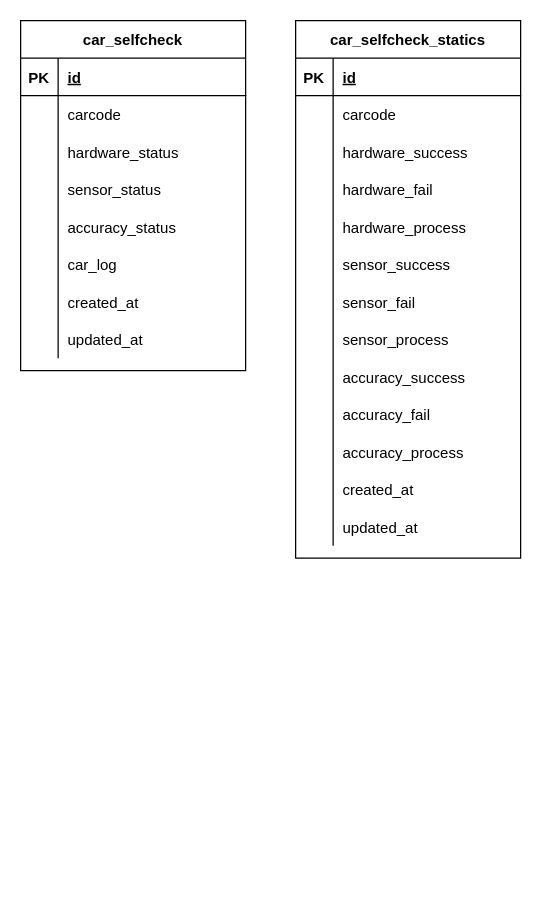
Above: 出行项目/ridereventlogger-db.drawio in wurh/myDesignDoc (draw.io), before the change. Source tidied: cells renumbered, new cells numbered last; positions are measured from the earlier drawing's top-left corner, leaving out a move shared by most shapes. Both pictures are drawn from the tidied source at 125%, with x=0, y=0 at pixel (20, 20).
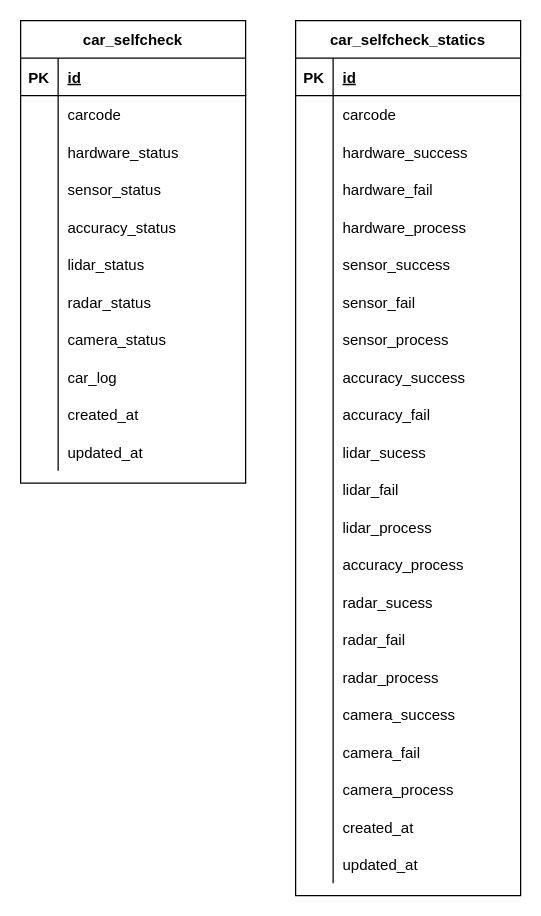
The same diagram, later.

The change refers to these unchanged cells:
```xml
<mxCell id="58" style="shape=partialRectangle;fillColor=none;top=0;left=0;bottom=0;right=0;" parent="27" vertex="1">
  <mxGeometry y="330" width="180" height="30" as="geometry" />
</mxCell>
```

Diff of the diagram source:
```diff
@@
     <mxCell id="2" value="car_selfcheck" style="shape=table;startSize=30;childLayout=tableLayout;rowLines=0;fontStyle=1;align=center;" parent="1" vertex="1">
-      <mxGeometry width="180" height="280" as="geometry" />
+      <mxGeometry width="180" height="370" as="geometry" />
     </mxCell>
@@
+    <mxCell id="67" style="shape=partialRectangle;fillColor=none;top=0;left=0;bottom=0;right=0;" parent="2" vertex="1">
+      <mxGeometry y="180" width="180" height="30" as="geometry" />
+    </mxCell>
+    <mxCell id="68" style="shape=partialRectangle;fillColor=none;top=0;left=0;bottom=0;right=0;overflow=hidden;" parent="67" vertex="1">
+      <mxGeometry width="30" height="30" as="geometry" />
+    </mxCell>
+    <mxCell id="69" value="lidar_status" style="shape=partialRectangle;fillColor=none;top=0;left=0;bottom=0;right=0;align=left;spacingLeft=6;overflow=hidden;" parent="67" vertex="1">
+      <mxGeometry x="30" width="150" height="30" as="geometry" />
+    </mxCell>
+    <mxCell id="70" style="shape=partialRectangle;fillColor=none;top=0;left=0;bottom=0;right=0;" parent="2" vertex="1">
+      <mxGeometry y="210" width="180" height="30" as="geometry" />
+    </mxCell>
+    <mxCell id="71" style="shape=partialRectangle;fillColor=none;top=0;left=0;bottom=0;right=0;overflow=hidden;" parent="70" vertex="1">
+      <mxGeometry width="30" height="30" as="geometry" />
+    </mxCell>
+    <mxCell id="72" value="radar_status" style="shape=partialRectangle;fillColor=none;top=0;left=0;bottom=0;right=0;align=left;spacingLeft=6;overflow=hidden;" parent="70" vertex="1">
+      <mxGeometry x="30" width="150" height="30" as="geometry" />
+    </mxCell>
+    <mxCell id="73" style="shape=partialRectangle;fillColor=none;top=0;left=0;bottom=0;right=0;" parent="2" vertex="1">
+      <mxGeometry y="240" width="180" height="30" as="geometry" />
+    </mxCell>
+    <mxCell id="74" style="shape=partialRectangle;fillColor=none;top=0;left=0;bottom=0;right=0;overflow=hidden;" parent="73" vertex="1">
+      <mxGeometry width="30" height="30" as="geometry" />
+    </mxCell>
+    <mxCell id="75" value="camera_status" style="shape=partialRectangle;fillColor=none;top=0;left=0;bottom=0;right=0;align=left;spacingLeft=6;overflow=hidden;" parent="73" vertex="1">
+      <mxGeometry x="30" width="150" height="30" as="geometry" />
+    </mxCell>
     <mxCell id="18" style="shape=partialRectangle;fillColor=none;top=0;left=0;bottom=0;right=0;" parent="2" vertex="1">
-      <mxGeometry y="180" width="180" height="30" as="geometry" />
+      <mxGeometry y="270" width="180" height="30" as="geometry" />
     </mxCell>
@@
     <mxCell id="21" style="shape=partialRectangle;fillColor=none;top=0;left=0;bottom=0;right=0;" parent="2" vertex="1">
-      <mxGeometry y="210" width="180" height="30" as="geometry" />
+      <mxGeometry y="300" width="180" height="30" as="geometry" />
     </mxCell>
@@
     <mxCell id="24" style="shape=partialRectangle;fillColor=none;top=0;left=0;bottom=0;right=0;" parent="2" vertex="1">
-      <mxGeometry y="240" width="180" height="30" as="geometry" />
+      <mxGeometry y="330" width="180" height="30" as="geometry" />
     </mxCell>
@@
     <mxCell id="27" value="car_selfcheck_statics" style="shape=table;startSize=30;childLayout=tableLayout;rowLines=0;fontStyle=1;align=center;" parent="1" vertex="1">
-      <mxGeometry x="220" width="180" height="430" as="geometry" />
+      <mxGeometry x="220" width="180" height="700" as="geometry" />
     </mxCell>
@@
-    <mxCell id="60" value="accuracy_process" style="shape=partialRectangle;fillColor=none;top=0;left=0;bottom=0;right=0;align=left;spacingLeft=6;overflow=hidden;" parent="58" vertex="1">
+    <mxCell id="60" value="lidar_sucess" style="shape=partialRectangle;fillColor=none;top=0;left=0;bottom=0;right=0;align=left;spacingLeft=6;overflow=hidden;" parent="58" vertex="1">
       <mxGeometry x="30" width="150" height="30" as="geometry" />
     </mxCell>
+    <mxCell id="76" style="shape=partialRectangle;fillColor=none;top=0;left=0;bottom=0;right=0;" parent="27" vertex="1">
+      <mxGeometry y="360" width="180" height="30" as="geometry" />
+    </mxCell>
+    <mxCell id="77" style="shape=partialRectangle;fillColor=none;top=0;left=0;bottom=0;right=0;overflow=hidden;" parent="76" vertex="1">
+      <mxGeometry width="30" height="30" as="geometry" />
+    </mxCell>
+    <mxCell id="78" value="lidar_fail" style="shape=partialRectangle;fillColor=none;top=0;left=0;bottom=0;right=0;align=left;spacingLeft=6;overflow=hidden;" parent="76" vertex="1">
+      <mxGeometry x="30" width="150" height="30" as="geometry" />
+    </mxCell>
+    <mxCell id="79" style="shape=partialRectangle;fillColor=none;top=0;left=0;bottom=0;right=0;" parent="27" vertex="1">
+      <mxGeometry y="390" width="180" height="30" as="geometry" />
+    </mxCell>
+    <mxCell id="80" style="shape=partialRectangle;fillColor=none;top=0;left=0;bottom=0;right=0;overflow=hidden;" parent="79" vertex="1">
+      <mxGeometry width="30" height="30" as="geometry" />
+    </mxCell>
+    <mxCell id="81" value="lidar_process" style="shape=partialRectangle;fillColor=none;top=0;left=0;bottom=0;right=0;align=left;spacingLeft=6;overflow=hidden;" parent="79" vertex="1">
+      <mxGeometry x="30" width="150" height="30" as="geometry" />
+    </mxCell>
+    <mxCell id="82" style="shape=partialRectangle;fillColor=none;top=0;left=0;bottom=0;right=0;" parent="27" vertex="1">
+      <mxGeometry y="420" width="180" height="30" as="geometry" />
+    </mxCell>
+    <mxCell id="83" style="shape=partialRectangle;fillColor=none;top=0;left=0;bottom=0;right=0;overflow=hidden;" parent="82" vertex="1">
+      <mxGeometry width="30" height="30" as="geometry" />
+    </mxCell>
+    <mxCell id="84" value="accuracy_process" style="shape=partialRectangle;fillColor=none;top=0;left=0;bottom=0;right=0;align=left;spacingLeft=6;overflow=hidden;" parent="82" vertex="1">
+      <mxGeometry x="30" width="150" height="30" as="geometry" />
+    </mxCell>
     <mxCell id="61" style="shape=partialRectangle;fillColor=none;top=0;left=0;bottom=0;right=0;" parent="27" vertex="1">
-      <mxGeometry y="360" width="180" height="30" as="geometry" />
+      <mxGeometry y="450" width="180" height="30" as="geometry" />
     </mxCell>
@@
-    <mxCell id="63" value="created_at" style="shape=partialRectangle;fillColor=none;top=0;left=0;bottom=0;right=0;align=left;spacingLeft=6;overflow=hidden;" parent="61" vertex="1">
+    <mxCell id="63" value="radar_sucess" style="shape=partialRectangle;fillColor=none;top=0;left=0;bottom=0;right=0;align=left;spacingLeft=6;overflow=hidden;" parent="61" vertex="1">
       <mxGeometry x="30" width="150" height="30" as="geometry" />
     </mxCell>
     <mxCell id="64" style="shape=partialRectangle;fillColor=none;top=0;left=0;bottom=0;right=0;" parent="27" vertex="1">
-      <mxGeometry y="390" width="180" height="30" as="geometry" />
+      <mxGeometry y="480" width="180" height="30" as="geometry" />
     </mxCell>
@@
-    <mxCell id="66" value="updated_at" style="shape=partialRectangle;fillColor=none;top=0;left=0;bottom=0;right=0;align=left;spacingLeft=6;overflow=hidden;" parent="64" vertex="1">
+    <mxCell id="66" value="radar_fail" style="shape=partialRectangle;fillColor=none;top=0;left=0;bottom=0;right=0;align=left;spacingLeft=6;overflow=hidden;" parent="64" vertex="1">
       <mxGeometry x="30" width="150" height="30" as="geometry" />
     </mxCell>
+    <mxCell id="85" style="shape=partialRectangle;fillColor=none;top=0;left=0;bottom=0;right=0;" parent="27" vertex="1">
+      <mxGeometry y="510" width="180" height="30" as="geometry" />
+    </mxCell>
+    <mxCell id="86" style="shape=partialRectangle;fillColor=none;top=0;left=0;bottom=0;right=0;overflow=hidden;" parent="85" vertex="1">
+      <mxGeometry width="30" height="30" as="geometry" />
+    </mxCell>
+    <mxCell id="87" value="radar_process" style="shape=partialRectangle;fillColor=none;top=0;left=0;bottom=0;right=0;align=left;spacingLeft=6;overflow=hidden;" parent="85" vertex="1">
+      <mxGeometry x="30" width="150" height="30" as="geometry" />
+    </mxCell>
+    <mxCell id="88" style="shape=partialRectangle;fillColor=none;top=0;left=0;bottom=0;right=0;" parent="27" vertex="1">
+      <mxGeometry y="540" width="180" height="30" as="geometry" />
+    </mxCell>
+    <mxCell id="89" style="shape=partialRectangle;fillColor=none;top=0;left=0;bottom=0;right=0;overflow=hidden;" parent="88" vertex="1">
+      <mxGeometry width="30" height="30" as="geometry" />
+    </mxCell>
+    <mxCell id="90" value="camera_success" style="shape=partialRectangle;fillColor=none;top=0;left=0;bottom=0;right=0;align=left;spacingLeft=6;overflow=hidden;" parent="88" vertex="1">
+      <mxGeometry x="30" width="150" height="30" as="geometry" />
+    </mxCell>
+    <mxCell id="91" style="shape=partialRectangle;fillColor=none;top=0;left=0;bottom=0;right=0;" parent="27" vertex="1">
+      <mxGeometry y="570" width="180" height="30" as="geometry" />
+    </mxCell>
+    <mxCell id="92" style="shape=partialRectangle;fillColor=none;top=0;left=0;bottom=0;right=0;overflow=hidden;" parent="91" vertex="1">
+      <mxGeometry width="30" height="30" as="geometry" />
+    </mxCell>
+    <mxCell id="93" value="camera_fail" style="shape=partialRectangle;fillColor=none;top=0;left=0;bottom=0;right=0;align=left;spacingLeft=6;overflow=hidden;" parent="91" vertex="1">
+      <mxGeometry x="30" width="150" height="30" as="geometry" />
+    </mxCell>
+    <mxCell id="94" style="shape=partialRectangle;fillColor=none;top=0;left=0;bottom=0;right=0;" parent="27" vertex="1">
+      <mxGeometry y="600" width="180" height="30" as="geometry" />
+    </mxCell>
+    <mxCell id="95" style="shape=partialRectangle;fillColor=none;top=0;left=0;bottom=0;right=0;overflow=hidden;" parent="94" vertex="1">
+      <mxGeometry width="30" height="30" as="geometry" />
+    </mxCell>
+    <mxCell id="96" value="camera_process" style="shape=partialRectangle;fillColor=none;top=0;left=0;bottom=0;right=0;align=left;spacingLeft=6;overflow=hidden;" parent="94" vertex="1">
+      <mxGeometry x="30" width="150" height="30" as="geometry" />
+    </mxCell>
+    <mxCell id="97" style="shape=partialRectangle;fillColor=none;top=0;left=0;bottom=0;right=0;" parent="27" vertex="1">
+      <mxGeometry y="630" width="180" height="30" as="geometry" />
+    </mxCell>
+    <mxCell id="98" style="shape=partialRectangle;fillColor=none;top=0;left=0;bottom=0;right=0;overflow=hidden;" parent="97" vertex="1">
+      <mxGeometry width="30" height="30" as="geometry" />
+    </mxCell>
+    <mxCell id="99" value="created_at" style="shape=partialRectangle;fillColor=none;top=0;left=0;bottom=0;right=0;align=left;spacingLeft=6;overflow=hidden;" parent="97" vertex="1">
+      <mxGeometry x="30" width="150" height="30" as="geometry" />
+    </mxCell>
+    <mxCell id="100" style="shape=partialRectangle;fillColor=none;top=0;left=0;bottom=0;right=0;" parent="27" vertex="1">
+      <mxGeometry y="660" width="180" height="30" as="geometry" />
+    </mxCell>
+    <mxCell id="101" style="shape=partialRectangle;fillColor=none;top=0;left=0;bottom=0;right=0;overflow=hidden;" parent="100" vertex="1">
+      <mxGeometry width="30" height="30" as="geometry" />
+    </mxCell>
+    <mxCell id="102" value="updated_at" style="shape=partialRectangle;fillColor=none;top=0;left=0;bottom=0;right=0;align=left;spacingLeft=6;overflow=hidden;" parent="100" vertex="1">
+      <mxGeometry x="30" width="150" height="30" as="geometry" />
+    </mxCell>
```
